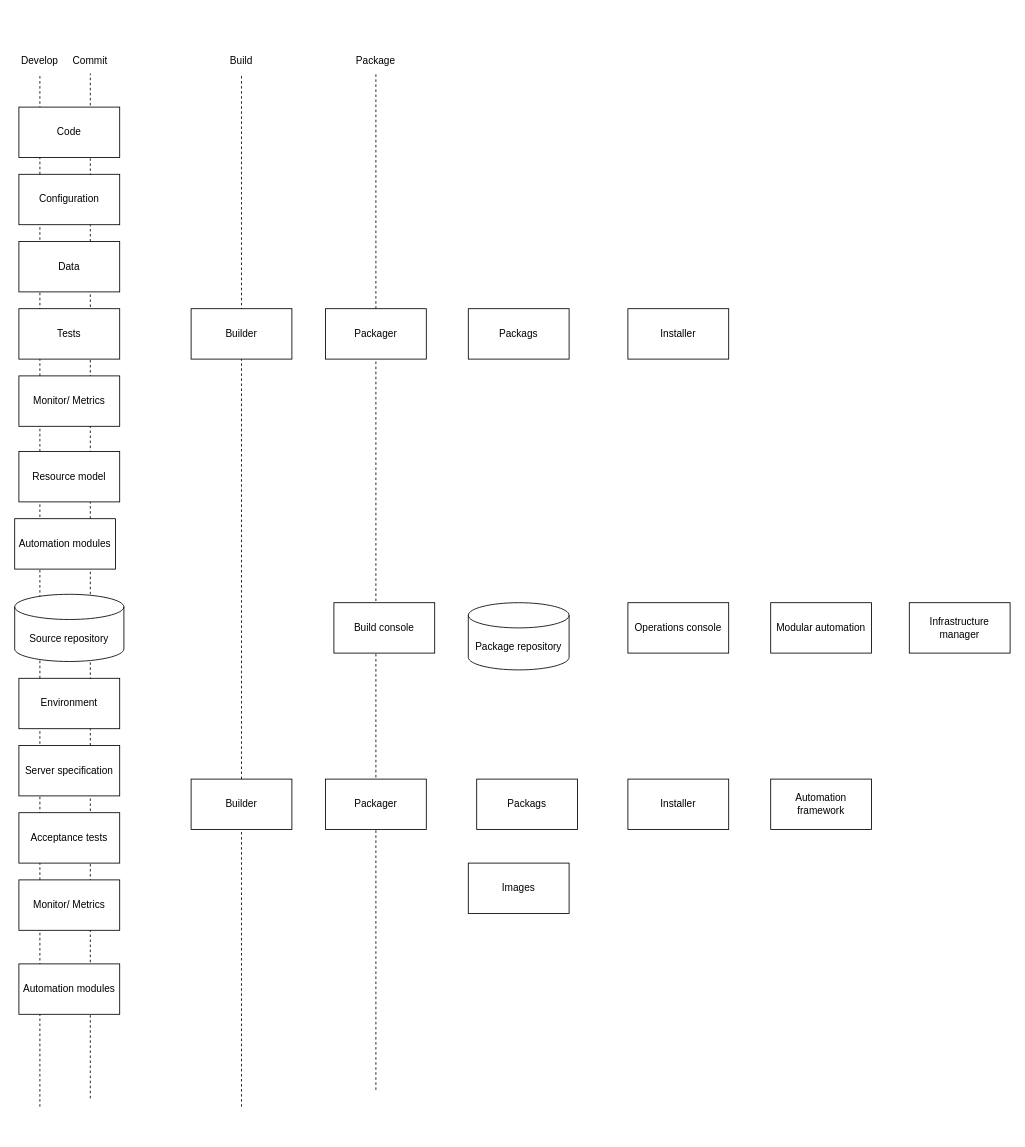
The draw.io diagram Service-delivery-platform-design-pattern.drawio in coderTechJordan/Networking, before the edit. Source tidied: cells renumbered, new cells numbered last; positions are measured from the earlier drawing's top-left corner, leaving out a move shared by most shapes. Both pictures are drawn from the tidied source at 84%, with x=0, y=0 at pixel (14, 48).
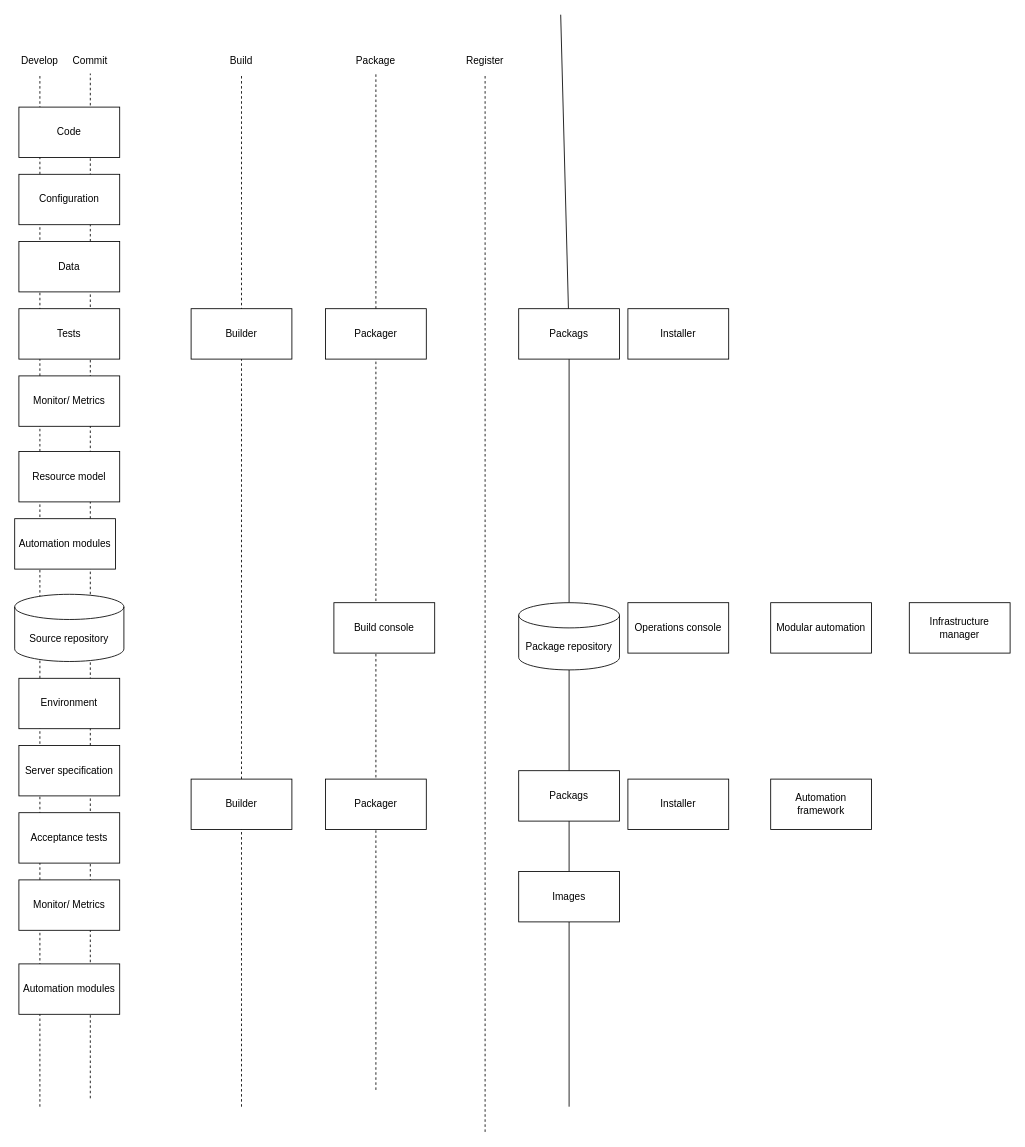
Above is the later version.

What changed in the source:
```diff
@@
+    <mxCell id="38" style="endArrow=none;html=1;rounded=0;" parent="1" edge="1" source="24">
+      <mxGeometry relative="1" as="geometry">
+        <mxPoint x="650" y="-40" as="targetPoint" />
+      </mxGeometry>
+    </mxCell>
@@
-    <mxCell id="24" value="Packags" style="rounded=0;whiteSpace=wrap;html=1;" parent="1" vertex="1">
-      <mxGeometry x="540" y="310" width="120" height="60" as="geometry" />
-    </mxCell>
-    <mxCell id="25" value="Package repository" style="shape=cylinder3;whiteSpace=wrap;html=1;boundedLbl=1;backgroundOutline=1;size=15;" parent="1" vertex="1">
-      <mxGeometry x="540" y="660" width="120" height="80" as="geometry" />
-    </mxCell>
@@
-    <mxCell id="27" value="Packags" style="rounded=0;whiteSpace=wrap;html=1;" parent="1" vertex="1">
-      <mxGeometry x="550" y="870" width="120" height="60" as="geometry" />
-    </mxCell>
-    <mxCell id="28" value="Images" style="rounded=0;whiteSpace=wrap;html=1;" parent="1" vertex="1">
-      <mxGeometry x="540" y="970" width="120" height="60" as="geometry" />
-    </mxCell>
@@
+    <mxCell id="39" value="Register" style="text;html=1;strokeColor=none;fillColor=none;align=center;verticalAlign=middle;whiteSpace=wrap;rounded=0;" parent="1" vertex="1">
+      <mxGeometry x="530" width="60" height="30" as="geometry" />
+    </mxCell>
+    <mxCell id="40" style="endArrow=none;dashed=1;html=1;rounded=0;entryX=0.5;entryY=1;entryDx=0;entryDy=0;" parent="1" edge="1" target="39">
+      <mxGeometry relative="1" as="geometry">
+        <mxPoint x="560" y="1290" as="sourcePoint" />
+      </mxGeometry>
+    </mxCell>
+    <mxCell id="41" style="endArrow=none;html=1;rounded=0;" parent="1" edge="1" source="25" target="24">
+      <mxGeometry relative="1" as="geometry" />
+    </mxCell>
+    <mxCell id="24" value="Packags" style="rounded=0;whiteSpace=wrap;html=1;" parent="1" vertex="1">
+      <mxGeometry x="600" y="310" width="120" height="60" as="geometry" />
+    </mxCell>
+    <mxCell id="42" style="endArrow=none;html=1;rounded=0;" parent="1" edge="1" source="27" target="25">
+      <mxGeometry relative="1" as="geometry" />
+    </mxCell>
+    <mxCell id="25" value="Package repository" style="shape=cylinder3;whiteSpace=wrap;html=1;boundedLbl=1;backgroundOutline=1;size=15;" parent="1" vertex="1">
+      <mxGeometry x="600" y="660" width="120" height="80" as="geometry" />
+    </mxCell>
+    <mxCell id="43" style="endArrow=none;html=1;rounded=0;" parent="1" edge="1" source="28" target="27">
+      <mxGeometry relative="1" as="geometry" />
+    </mxCell>
+    <mxCell id="27" value="Packags" style="rounded=0;whiteSpace=wrap;html=1;" parent="1" vertex="1">
+      <mxGeometry x="600" y="860" width="120" height="60" as="geometry" />
+    </mxCell>
+    <mxCell id="44" style="endArrow=none;html=1;rounded=0;" parent="1" edge="1" target="28">
+      <mxGeometry relative="1" as="geometry">
+        <mxPoint x="660" y="1260" as="sourcePoint" />
+      </mxGeometry>
+    </mxCell>
+    <mxCell id="28" value="Images" style="rounded=0;whiteSpace=wrap;html=1;" parent="1" vertex="1">
+      <mxGeometry x="600" y="980" width="120" height="60" as="geometry" />
+    </mxCell>
```
